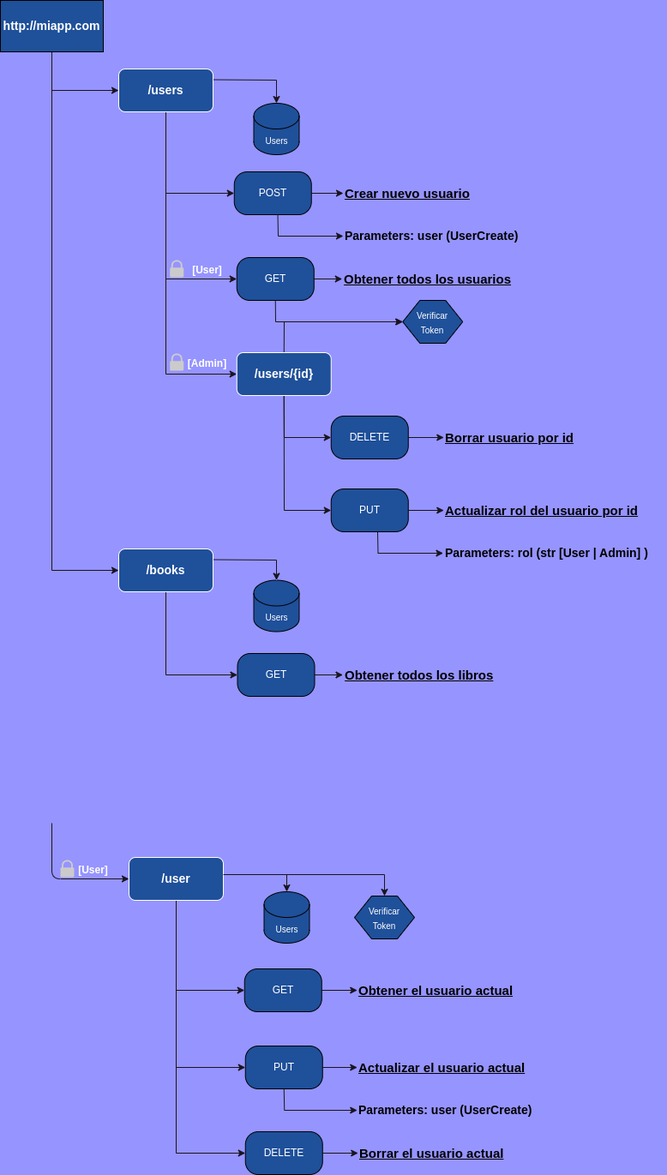
Above: app/diagram.drawio.png in Jav-mol/api_users (draw.io), before the change. Source tidied: cells renumbered, new cells last; positions are measured from the earlier drawing's top-left corner, leaving out a move shared by most shapes.
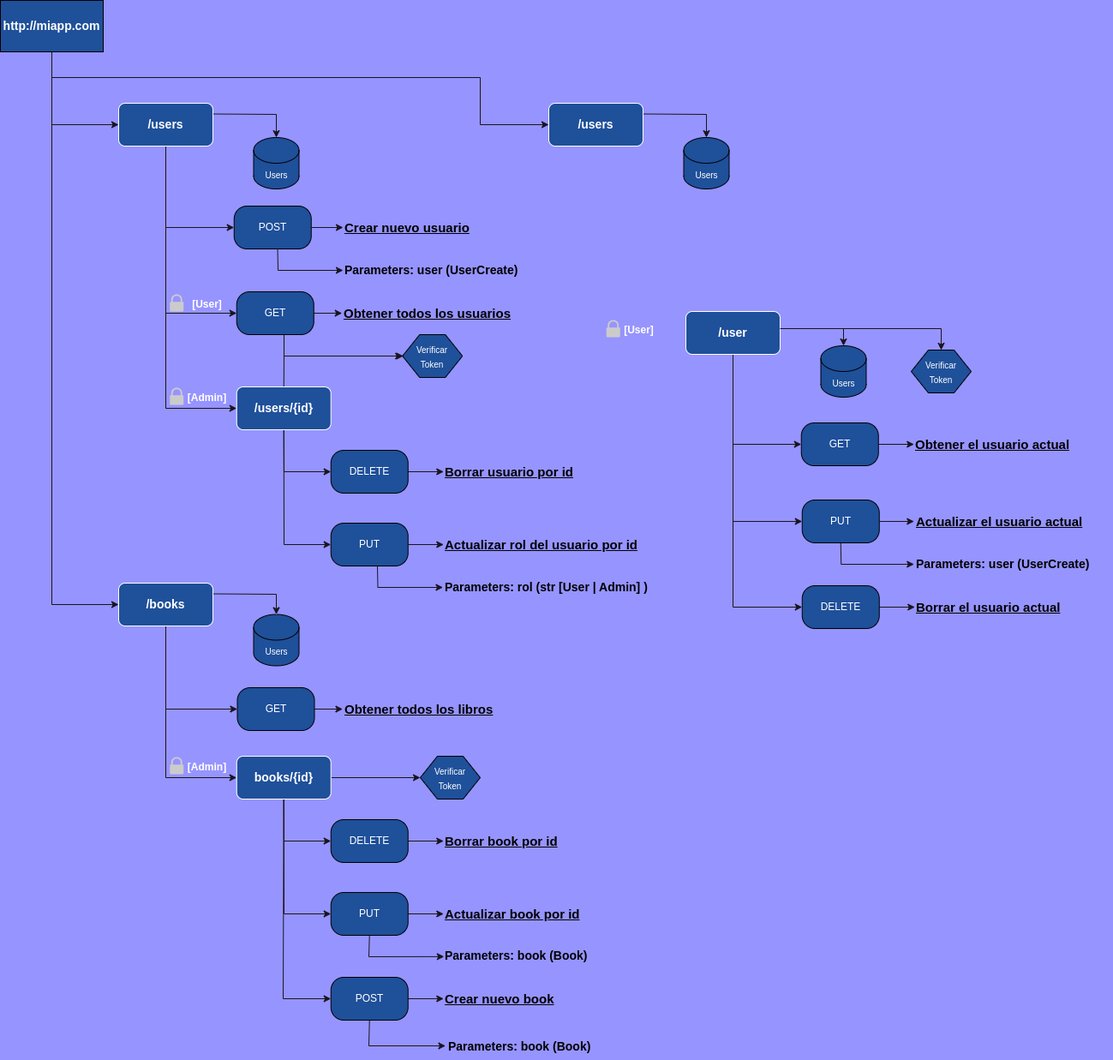
After the change.

Commit message:
diagram login

Change to the diagram source:
```diff
@@ -2,14 +2,6 @@
   <root>
     <mxCell id="0" />
     <mxCell id="1" parent="0" />
-    <mxCell id="2" style="edgeStyle=none;html=1;exitX=0.25;exitY=1;exitDx=0;exitDy=0;strokeColor=#18141D;" parent="1" edge="1" target="12">
-      <mxGeometry relative="1" as="geometry">
-        <mxPoint x="60" y="960" as="sourcePoint" />
-        <Array as="points">
-          <mxPoint x="60" y="1025" />
-        </Array>
-      </mxGeometry>
-    </mxCell>
     <mxCell id="3" style="edgeStyle=none;html=1;exitX=0.5;exitY=1;exitDx=0;exitDy=0;entryX=0;entryY=0.5;entryDx=0;entryDy=0;rounded=0;strokeColor=#18141D;" parent="1" edge="1" source="5" target="31">
       <mxGeometry relative="1" as="geometry">
         <Array as="points">
@@ -24,55 +16,64 @@
         </Array>
       </mxGeometry>
     </mxCell>
+    <mxCell id="66" style="edgeStyle=none;html=1;exitX=0.5;exitY=1;exitDx=0;exitDy=0;entryX=0;entryY=0.5;entryDx=0;entryDy=0;rounded=0;strokeColor=#18141D;" parent="1" edge="1" source="5" target="91">
+      <mxGeometry relative="1" as="geometry">
+        <Array as="points">
+          <mxPoint x="60" y="50" />
+          <mxPoint x="560" y="50" />
+          <mxPoint x="560" y="105" />
+        </Array>
+      </mxGeometry>
+    </mxCell>
     <mxCell id="5" value="&lt;font style=&quot;font-size: 14px;&quot;&gt;http://miapp.com&lt;/font&gt;" style="rounded=0;whiteSpace=wrap;html=1;fillColor=#1F509A;fontStyle=1;fontColor=#FFFFFF;" parent="1" vertex="1">
-      <mxGeometry width="120" height="60" as="geometry" />
+      <mxGeometry y="-40" width="120" height="60" as="geometry" />
     </mxCell>
     <mxCell id="6" style="sketch=0;shadow=0;dashed=0;html=1;strokeColor=none;labelPosition=center;verticalLabelPosition=bottom;verticalAlign=top;align=center;shape=mxgraph.office.security.lock_protected;fillColor=#CCCBCB;strokeWidth=3;fontSize=12;fontColor=#FFFFFF;" parent="1" vertex="1">
-      <mxGeometry x="70" y="1003" width="16" height="20" as="geometry" />
+      <mxGeometry x="707.2" y="333" width="16" height="20" as="geometry" />
     </mxCell>
     <mxCell id="7" value="&lt;b&gt;&lt;font style=&quot;font-size: 12px;&quot;&gt;[User]&lt;/font&gt;&lt;/b&gt;" style="text;html=1;align=center;verticalAlign=middle;strokeColor=none;fillColor=none;fontSize=10;fontColor=#FFFFFF;" parent="1" vertex="1">
-      <mxGeometry x="78" y="1000" width="60" height="30" as="geometry" />
+      <mxGeometry x="715.2" y="330" width="60" height="30" as="geometry" />
     </mxCell>
     <mxCell id="8" style="edgeStyle=none;rounded=0;html=1;entryX=0.5;entryY=0;entryDx=0;entryDy=0;entryPerimeter=0;strokeColor=#18141D;fontSize=14;" parent="1" edge="1" target="17">
       <mxGeometry relative="1" as="geometry">
-        <mxPoint x="219" y="1020" as="sourcePoint" />
+        <mxPoint x="869" y="343" as="sourcePoint" />
         <Array as="points">
-          <mxPoint x="334" y="1020" />
+          <mxPoint x="984" y="343" />
         </Array>
       </mxGeometry>
     </mxCell>
     <mxCell id="9" style="edgeStyle=none;rounded=0;html=1;exitX=0.5;exitY=1;exitDx=0;exitDy=0;strokeColor=#18141D;fontSize=14;entryX=0;entryY=0.5;entryDx=0;entryDy=0;" parent="1" edge="1" source="12" target="22">
       <mxGeometry relative="1" as="geometry">
         <Array as="points">
-          <mxPoint x="205" y="1245" />
+          <mxPoint x="855" y="568" />
         </Array>
       </mxGeometry>
     </mxCell>
     <mxCell id="10" style="edgeStyle=none;rounded=0;html=1;exitX=0.5;exitY=1;exitDx=0;exitDy=0;entryX=0;entryY=0.5;entryDx=0;entryDy=0;strokeColor=#18141D;fontSize=14;" parent="1" edge="1" source="12" target="16">
       <mxGeometry relative="1" as="geometry">
         <Array as="points">
-          <mxPoint x="205" y="1155" />
+          <mxPoint x="855" y="478" />
         </Array>
       </mxGeometry>
     </mxCell>
     <mxCell id="11" style="edgeStyle=none;rounded=0;html=1;exitX=0.5;exitY=1;exitDx=0;exitDy=0;entryX=0;entryY=0.5;entryDx=0;entryDy=0;strokeColor=#18141D;fontSize=15;" parent="1" edge="1" source="12" target="26">
       <mxGeometry relative="1" as="geometry">
         <Array as="points">
-          <mxPoint x="205" y="1345" />
+          <mxPoint x="855" y="668" />
         </Array>
       </mxGeometry>
     </mxCell>
     <mxCell id="12" value="&lt;font style=&quot;font-size: 14px;&quot;&gt;&lt;b&gt;/user&lt;/b&gt;&lt;/font&gt;" style="rounded=1;whiteSpace=wrap;html=1;strokeColor=#FFFFFF;fillColor=#1F509A;fontColor=#FFFFFF;" parent="1" vertex="1">
-      <mxGeometry x="150" y="1000" width="110" height="50" as="geometry" />
+      <mxGeometry x="800" y="323" width="110" height="50" as="geometry" />
     </mxCell>
     <mxCell id="13" value="&lt;u style=&quot;font-size: 15px;&quot;&gt;&lt;b style=&quot;font-size: 15px;&quot;&gt;Obtener el usuario actual&lt;/b&gt;&lt;/u&gt;" style="text;html=1;align=left;verticalAlign=middle;points=[];strokeColor=none;fillColor=none;fontSize=15;" parent="1" vertex="1">
-      <mxGeometry x="416.2" y="1140" width="200" height="30" as="geometry" />
+      <mxGeometry x="1066.2" y="463" width="200" height="30" as="geometry" />
     </mxCell>
     <mxCell id="14" style="edgeStyle=none;html=1;fontSize=14;entryX=0.5;entryY=0;entryDx=0;entryDy=0;strokeColor=#18141D;fontColor=#FFFFFF;rounded=0;" parent="1" edge="1" target="18">
       <mxGeometry relative="1" as="geometry">
-        <mxPoint x="260" y="1020" as="sourcePoint" />
+        <mxPoint x="910" y="343" as="sourcePoint" />
         <Array as="points">
-          <mxPoint x="448" y="1020" />
+          <mxPoint x="1098" y="343" />
         </Array>
       </mxGeometry>
     </mxCell>
@@ -80,42 +81,44 @@
       <mxGeometry relative="1" as="geometry" />
     </mxCell>
     <mxCell id="16" value="GET" style="rounded=1;whiteSpace=wrap;html=1;arcSize=30;fillColor=#1F509A;fontColor=#FFFFFF;" parent="1" vertex="1">
-      <mxGeometry x="284.8" y="1130" width="90" height="50" as="geometry" />
+      <mxGeometry x="934.8" y="453" width="90" height="50" as="geometry" />
     </mxCell>
     <mxCell id="17" value="&lt;font style=&quot;font-size: 10px;&quot;&gt;Users&lt;/font&gt;" style="shape=cylinder3;whiteSpace=wrap;html=1;boundedLbl=1;backgroundOutline=1;size=15;strokeWidth=1;fontSize=14;fillColor=#1F509A;fontColor=#FFFFFF;" parent="1" vertex="1">
-      <mxGeometry x="307.5" y="1040" width="53" height="60" as="geometry" />
+      <mxGeometry x="957.5" y="363" width="53" height="60" as="geometry" />
     </mxCell>
     <mxCell id="18" value="&lt;font style=&quot;font-size: 10px;&quot;&gt;Verificar &lt;br&gt;Token&lt;/font&gt;" style="shape=hexagon;perimeter=hexagonPerimeter2;whiteSpace=wrap;html=1;fixedSize=1;strokeWidth=1;fontSize=14;fillColor=#1F509A;fontColor=#FFFFFF;" parent="1" vertex="1">
-      <mxGeometry x="413" y="1045" width="70" height="50" as="geometry" />
+      <mxGeometry x="1063" y="368" width="70" height="50" as="geometry" />
     </mxCell>
     <mxCell id="19" value="&lt;u style=&quot;font-size: 15px;&quot;&gt;&lt;b style=&quot;font-size: 15px;&quot;&gt;Actualizar el usuario actual&lt;/b&gt;&lt;/u&gt;" style="text;html=1;align=left;verticalAlign=middle;points=[];strokeColor=none;fillColor=none;fontSize=15;" parent="1" vertex="1">
-      <mxGeometry x="416.2" y="1230" width="220" height="30" as="geometry" />
+      <mxGeometry x="1067.2" y="553" width="220" height="30" as="geometry" />
     </mxCell>
-    <mxCell id="20" style="edgeStyle=none;html=1;exitX=1;exitY=0.5;exitDx=0;exitDy=0;strokeColor=#18141D;fontColor=#FFFFFF;" parent="1" edge="1" source="22" target="19">
-      <mxGeometry relative="1" as="geometry" />
+    <mxCell id="20" style="edgeStyle=none;html=1;exitX=1;exitY=0.5;exitDx=0;exitDy=0;strokeColor=#18141D;fontColor=#FFFFFF;" parent="1" edge="1" source="22">
+      <mxGeometry relative="1" as="geometry">
+        <mxPoint x="1066.2" y="568" as="targetPoint" />
+      </mxGeometry>
     </mxCell>
     <mxCell id="21" style="edgeStyle=none;rounded=0;html=1;exitX=0.5;exitY=1;exitDx=0;exitDy=0;strokeColor=#18141D;fontSize=14;" parent="1" edge="1" source="22">
       <mxGeometry relative="1" as="geometry">
-        <mxPoint x="416.2" y="1295" as="targetPoint" />
+        <mxPoint x="1066.2" y="618" as="targetPoint" />
         <Array as="points">
-          <mxPoint x="331.2" y="1295" />
+          <mxPoint x="981.2" y="618" />
         </Array>
       </mxGeometry>
     </mxCell>
     <mxCell id="22" value="PUT" style="rounded=1;whiteSpace=wrap;html=1;arcSize=30;fillColor=#1F509A;fontColor=#FFFFFF;" parent="1" vertex="1">
-      <mxGeometry x="285.8" y="1220" width="90" height="50" as="geometry" />
+      <mxGeometry x="935.8" y="543" width="90" height="50" as="geometry" />
     </mxCell>
     <mxCell id="23" value="&lt;b&gt;Parameters: user (UserCreate)&lt;/b&gt;" style="text;html=1;align=left;verticalAlign=middle;strokeColor=none;fillColor=none;fontSize=14;" parent="1" vertex="1">
-      <mxGeometry x="416.2" y="1280" width="230" height="30" as="geometry" />
+      <mxGeometry x="1067.2" y="603" width="230" height="30" as="geometry" />
     </mxCell>
     <mxCell id="24" value="&lt;u style=&quot;font-size: 15px;&quot;&gt;&lt;b style=&quot;font-size: 15px;&quot;&gt;Borrar el usuario actual&lt;/b&gt;&lt;/u&gt;" style="text;html=1;align=left;verticalAlign=middle;points=[];strokeColor=none;fillColor=none;fontSize=15;" parent="1" vertex="1">
-      <mxGeometry x="417.2" y="1330" width="190" height="30" as="geometry" />
+      <mxGeometry x="1067.2" y="653" width="190" height="30" as="geometry" />
     </mxCell>
     <mxCell id="25" style="edgeStyle=none;rounded=0;html=1;strokeColor=#18141D;fontSize=14;" parent="1" edge="1" source="26" target="24">
       <mxGeometry relative="1" as="geometry" />
     </mxCell>
     <mxCell id="26" value="DELETE" style="rounded=1;whiteSpace=wrap;html=1;arcSize=30;fillColor=#1F509A;fontColor=#FFFFFF;" parent="1" vertex="1">
-      <mxGeometry x="285.8" y="1320" width="90" height="50" as="geometry" />
+      <mxGeometry x="935.8" y="643" width="90" height="50" as="geometry" />
     </mxCell>
     <mxCell id="27" style="edgeStyle=none;rounded=0;html=1;exitX=0.5;exitY=1;exitDx=0;exitDy=0;entryX=0;entryY=0.5;entryDx=0;entryDy=0;strokeColor=#18141D;fontSize=15;" parent="1" edge="1" source="31" target="39">
       <mxGeometry relative="1" as="geometry">
@@ -167,13 +170,15 @@
     <mxCell id="37" style="edgeStyle=none;rounded=0;html=1;strokeColor=#18141D;fontSize=14;" parent="1" edge="1" source="39" target="36">
       <mxGeometry relative="1" as="geometry" />
     </mxCell>
-    <mxCell id="38" style="edgeStyle=none;rounded=0;html=1;exitX=0.5;exitY=1;exitDx=0;exitDy=0;entryX=0;entryY=0.5;entryDx=0;entryDy=0;strokeColor=#18141D;fontSize=15;fontColor=#FFFFFF;" parent="1" edge="1" source="39" target="33">
-      <mxGeometry relative="1" as="geometry">
-        <Array as="points">
-          <mxPoint x="321" y="375" />
-        </Array>
-      </mxGeometry>
-    </mxCell>
+    <mxCell id="67" style="edgeStyle=none;rounded=0;html=1;entryX=0;entryY=0.5;entryDx=0;entryDy=0;strokeColor=#18141D;" parent="1" edge="1">
+      <mxGeometry relative="1" as="geometry">
+        <mxPoint x="331" y="350" as="sourcePoint" />
+        <mxPoint x="470.2" y="375" as="targetPoint" />
+        <Array as="points">
+          <mxPoint x="331" y="375" />
+        </Array>
+      </mxGeometry>
+    </mxCell>
     <mxCell id="39" value="GET" style="rounded=1;whiteSpace=wrap;html=1;arcSize=30;fillColor=#1F509A;fontColor=#FFFFFF;" parent="1" vertex="1">
       <mxGeometry x="275.8" y="300" width="90" height="50" as="geometry" />
     </mxCell>
@@ -270,6 +275,13 @@
         </Array>
       </mxGeometry>
     </mxCell>
+    <mxCell id="68" style="edgeStyle=none;rounded=0;html=1;exitX=0.5;exitY=1;exitDx=0;exitDy=0;entryX=0;entryY=0.5;entryDx=0;entryDy=0;strokeColor=#18141D;" parent="1" edge="1" source="61" target="73">
+      <mxGeometry relative="1" as="geometry">
+        <Array as="points">
+          <mxPoint x="193" y="867" />
+        </Array>
+      </mxGeometry>
+    </mxCell>
     <mxCell id="61" value="&lt;font style=&quot;font-size: 14px;&quot;&gt;&lt;b&gt;/books&lt;/b&gt;&lt;/font&gt;" style="rounded=1;whiteSpace=wrap;html=1;strokeColor=#FFFFFF;fillColor=#1F509A;fontColor=#FFFFFF;" parent="1" vertex="1">
       <mxGeometry x="138" y="640" width="110" height="50" as="geometry" />
     </mxCell>
@@ -285,5 +297,101 @@
     <mxCell id="65" value="GET" style="rounded=1;whiteSpace=wrap;html=1;arcSize=30;fillColor=#1F509A;fontColor=#FFFFFF;" parent="1" vertex="1">
       <mxGeometry x="276.5" y="762" width="90" height="50" as="geometry" />
     </mxCell>
+    <mxCell id="69" style="edgeStyle=none;rounded=0;html=1;exitX=0.5;exitY=1;exitDx=0;exitDy=0;entryX=0;entryY=0.5;entryDx=0;entryDy=0;strokeColor=#18141D;fontSize=15;" parent="1" edge="1" source="73" target="76">
+      <mxGeometry relative="1" as="geometry">
+        <Array as="points">
+          <mxPoint x="331" y="941" />
+        </Array>
+      </mxGeometry>
+    </mxCell>
+    <mxCell id="70" style="edgeStyle=none;rounded=0;html=1;exitX=0.5;exitY=1;exitDx=0;exitDy=0;entryX=0;entryY=0.5;entryDx=0;entryDy=0;strokeColor=#18141D;" parent="1" edge="1" source="73" target="82">
+      <mxGeometry relative="1" as="geometry">
+        <Array as="points">
+          <mxPoint x="331" y="1026" />
+        </Array>
+      </mxGeometry>
+    </mxCell>
+    <mxCell id="71" style="edgeStyle=none;rounded=0;html=1;exitX=1;exitY=0.5;exitDx=0;exitDy=0;strokeColor=#18141D;" parent="1" edge="1" source="73" target="84">
+      <mxGeometry relative="1" as="geometry" />
+    </mxCell>
+    <mxCell id="72" style="edgeStyle=none;rounded=0;html=1;exitX=0.5;exitY=1;exitDx=0;exitDy=0;entryX=0;entryY=0.5;entryDx=0;entryDy=0;strokeColor=#18141D;" parent="1" edge="1" source="73" target="88">
+      <mxGeometry relative="1" as="geometry">
+        <Array as="points">
+          <mxPoint x="330" y="1125" />
+        </Array>
+      </mxGeometry>
+    </mxCell>
+    <mxCell id="73" value="&lt;font style=&quot;font-size: 14px;&quot;&gt;&lt;b&gt;books/{id}&lt;/b&gt;&lt;/font&gt;" style="rounded=1;whiteSpace=wrap;html=1;strokeColor=#FFFFFF;fillColor=#1F509A;fontColor=#FFFFFF;" parent="1" vertex="1">
+      <mxGeometry x="275.8" y="842" width="110" height="50" as="geometry" />
+    </mxCell>
+    <mxCell id="74" value="&lt;b&gt;&lt;u&gt;Borrar book por id&lt;/u&gt;&lt;/b&gt;" style="text;html=1;align=left;verticalAlign=middle;points=[];strokeColor=none;fillColor=none;fontSize=15;" parent="1" vertex="1">
+      <mxGeometry x="517.2" y="926" width="160" height="30" as="geometry" />
+    </mxCell>
+    <mxCell id="75" style="edgeStyle=none;rounded=0;html=1;strokeColor=#18141D;fontSize=14;" parent="1" edge="1" source="76" target="74">
+      <mxGeometry relative="1" as="geometry" />
+    </mxCell>
+    <mxCell id="76" value="DELETE" style="rounded=1;whiteSpace=wrap;html=1;arcSize=30;fillColor=#1F509A;fontColor=#FFFFFF;" parent="1" vertex="1">
+      <mxGeometry x="385.8" y="916" width="90" height="50" as="geometry" />
+    </mxCell>
+    <mxCell id="77" style="sketch=0;shadow=0;dashed=0;html=1;strokeColor=none;labelPosition=center;verticalLabelPosition=bottom;verticalAlign=top;align=center;shape=mxgraph.office.security.lock_protected;fillColor=#CCCBCB;strokeWidth=3;fontSize=12;fontColor=#FFFFFF;" parent="1" vertex="1">
+      <mxGeometry x="197.8" y="843" width="16" height="20" as="geometry" />
+    </mxCell>
+    <mxCell id="78" value="&lt;b&gt;&lt;font style=&quot;font-size: 12px;&quot;&gt;[Admin]&lt;/font&gt;&lt;/b&gt;" style="text;html=1;align=center;verticalAlign=middle;strokeColor=none;fillColor=none;fontSize=10;fontColor=#FFFFFF;" parent="1" vertex="1">
+      <mxGeometry x="205.8" y="840" width="70" height="30" as="geometry" />
+    </mxCell>
+    <mxCell id="79" value="&lt;b&gt;&lt;u&gt;Actualizar book por id&lt;/u&gt;&lt;/b&gt;" style="text;html=1;align=left;verticalAlign=middle;points=[];strokeColor=none;fillColor=none;fontSize=15;" parent="1" vertex="1">
+      <mxGeometry x="517.2" y="1011" width="180" height="30" as="geometry" />
+    </mxCell>
+    <mxCell id="80" style="edgeStyle=none;rounded=0;html=1;strokeColor=#18141D;fontSize=14;" parent="1" edge="1" source="82" target="79">
+      <mxGeometry relative="1" as="geometry" />
+    </mxCell>
+    <mxCell id="81" style="edgeStyle=none;rounded=0;html=1;exitX=0.5;exitY=1;exitDx=0;exitDy=0;strokeColor=#18141D;entryX=0.003;entryY=0.529;entryDx=0;entryDy=0;entryPerimeter=0;" parent="1" edge="1" source="82" target="83">
+      <mxGeometry relative="1" as="geometry">
+        <Array as="points">
+          <mxPoint x="430" y="1076" />
+        </Array>
+      </mxGeometry>
+    </mxCell>
+    <mxCell id="82" value="PUT" style="rounded=1;whiteSpace=wrap;html=1;arcSize=30;fillColor=#1F509A;fontColor=#FFFFFF;" parent="1" vertex="1">
+      <mxGeometry x="385.8" y="1001" width="90" height="50" as="geometry" />
+    </mxCell>
+    <mxCell id="83" value="&lt;b&gt;Parameters: book (Book)&lt;/b&gt;" style="text;html=1;align=left;verticalAlign=middle;points=[];strokeColor=none;fillColor=none;fontSize=14;" parent="1" vertex="1">
+      <mxGeometry x="517.2" y="1060" width="190" height="30" as="geometry" />
+    </mxCell>
+    <mxCell id="84" value="&lt;font style=&quot;font-size: 10px;&quot;&gt;Verificar &lt;br&gt;Token&lt;/font&gt;" style="shape=hexagon;perimeter=hexagonPerimeter2;whiteSpace=wrap;html=1;fixedSize=1;strokeWidth=1;fontSize=14;fillColor=#1F509A;fontColor=#FFFFFF;" parent="1" vertex="1">
+      <mxGeometry x="490" y="842" width="70" height="50" as="geometry" />
+    </mxCell>
+    <mxCell id="85" value="&lt;b&gt;&lt;u&gt;Crear nuevo book&lt;/u&gt;&lt;/b&gt;" style="text;html=1;align=left;verticalAlign=middle;points=[];strokeColor=none;fillColor=none;fontSize=15;" parent="1" vertex="1">
+      <mxGeometry x="517.2" y="1110" width="150" height="30" as="geometry" />
+    </mxCell>
+    <mxCell id="86" style="edgeStyle=none;rounded=0;html=1;strokeColor=#18141D;fontSize=14;" parent="1" edge="1" source="88" target="85">
+      <mxGeometry relative="1" as="geometry" />
+    </mxCell>
+    <mxCell id="87" style="edgeStyle=none;rounded=0;html=1;exitX=0.5;exitY=1;exitDx=0;exitDy=0;entryX=0.012;entryY=0.467;entryDx=0;entryDy=0;entryPerimeter=0;strokeColor=#18141D;" parent="1" edge="1" source="88" target="89">
+      <mxGeometry relative="1" as="geometry">
+        <Array as="points">
+          <mxPoint x="430" y="1180" />
+        </Array>
+      </mxGeometry>
+    </mxCell>
+    <mxCell id="88" value="POST" style="rounded=1;whiteSpace=wrap;html=1;arcSize=30;fillColor=#1F509A;fontColor=#FFFFFF;" parent="1" vertex="1">
+      <mxGeometry x="385.8" y="1100" width="90" height="50" as="geometry" />
+    </mxCell>
+    <mxCell id="89" value="&lt;b&gt;&amp;nbsp;Parameters: book (Book)&lt;/b&gt;" style="text;html=1;align=left;verticalAlign=middle;points=[];strokeColor=none;fillColor=none;fontSize=14;" parent="1" vertex="1">
+      <mxGeometry x="517.2" y="1166" width="190" height="30" as="geometry" />
+    </mxCell>
+    <mxCell id="90" style="edgeStyle=none;rounded=0;html=1;exitX=1;exitY=0.25;exitDx=0;exitDy=0;entryX=0.5;entryY=0;entryDx=0;entryDy=0;entryPerimeter=0;strokeColor=#18141D;" parent="1" edge="1" source="91" target="92">
+      <mxGeometry relative="1" as="geometry">
+        <Array as="points">
+          <mxPoint x="824" y="93" />
+        </Array>
+      </mxGeometry>
+    </mxCell>
+    <mxCell id="91" value="&lt;font style=&quot;font-size: 14px;&quot;&gt;&lt;b&gt;/users&lt;/b&gt;&lt;/font&gt;" style="rounded=1;whiteSpace=wrap;html=1;strokeColor=#FFFFFF;fillColor=#1F509A;fontColor=#FFFFFF;" parent="1" vertex="1">
+      <mxGeometry x="640" y="80" width="110" height="50" as="geometry" />
+    </mxCell>
+    <mxCell id="92" value="&lt;font style=&quot;font-size: 10px;&quot;&gt;Users&lt;/font&gt;" style="shape=cylinder3;whiteSpace=wrap;html=1;boundedLbl=1;backgroundOutline=1;size=15;strokeWidth=1;fontSize=14;fillColor=#1F509A;fontColor=#FFFFFF;" parent="1" vertex="1">
+      <mxGeometry x="797.5" y="120" width="53" height="60" as="geometry" />
+    </mxCell>
   </root>
 </mxGraphModel>
```
